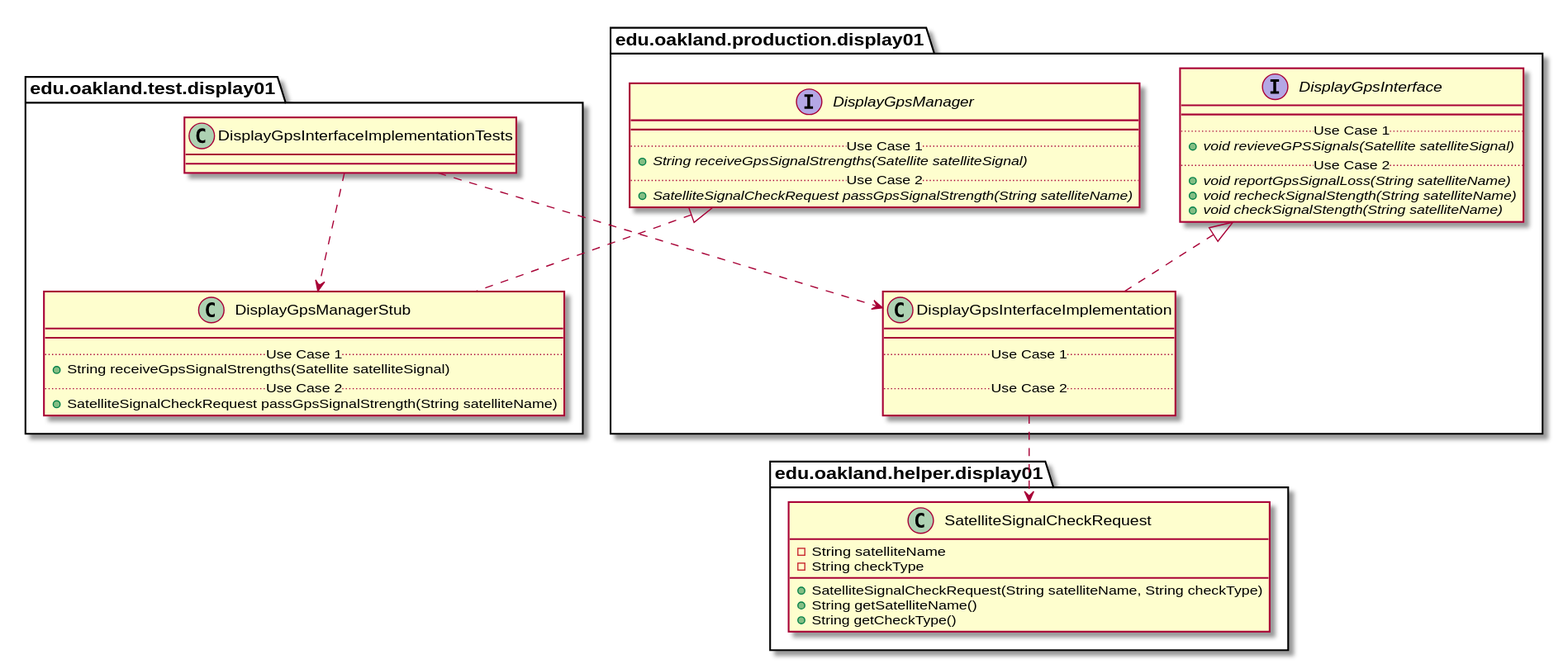
Above: docs/uml-class-diagrams/display01/test/DisplayGpsInterfaceImplementationTests/DisplayGpsInterfaceImplementationTests_Closure.svg in andrewdimmer/csi-3370-software-project (PlantUML), before the change.
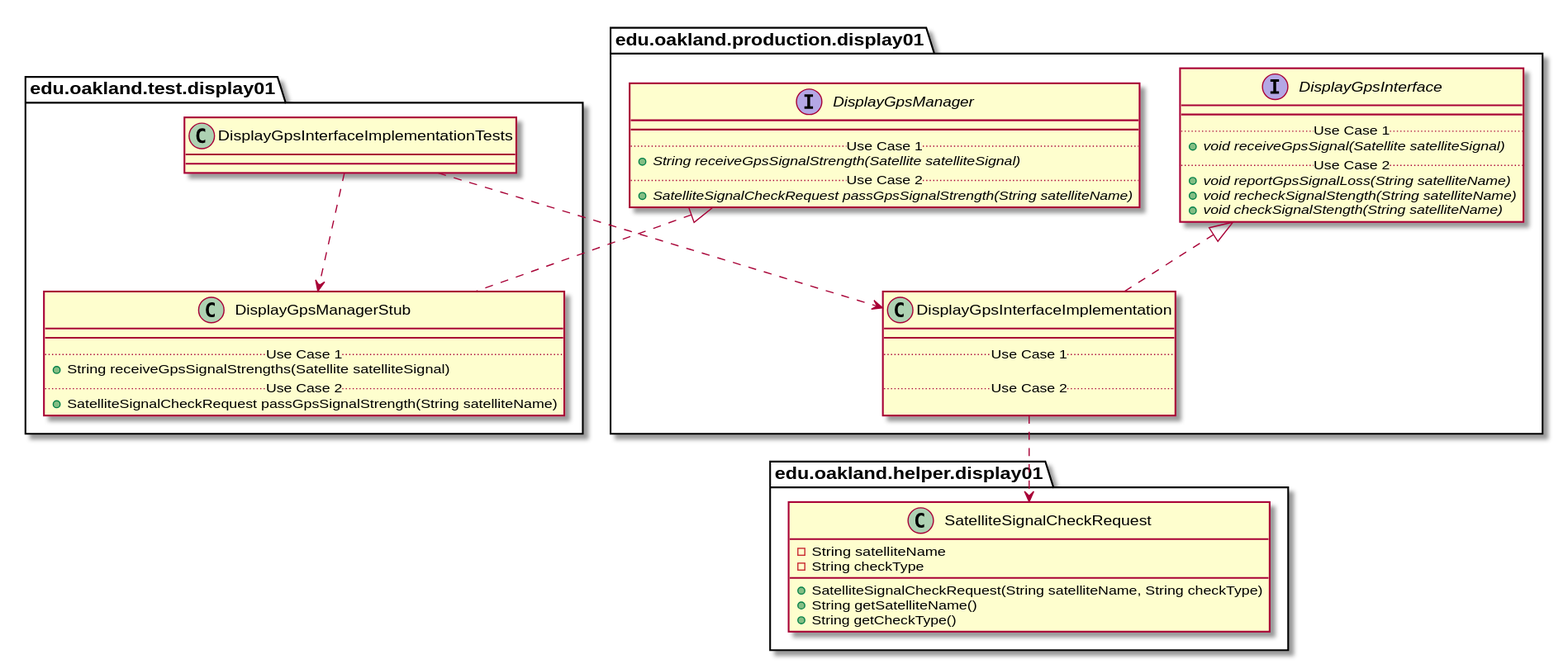
After the change.

Change to the diagram source:
```diff
@@ -27,7 +27,7 @@
     interface DisplayGpsManager {
         __
         .. Use Case 1 ..
-        {abstract} + String receiveGpsSignalStrengths(Satellite satelliteSignal)
+        {abstract} + String receiveGpsSignalStrength(Satellite satelliteSignal)
         .. Use Case 2 ..
         {abstract} + SatelliteSignalCheckRequest passGpsSignalStrength(String satelliteName)
     }
@@ -63,7 +63,7 @@
     interface DisplayGpsInterface {
         __
         .. Use Case 1 ..
-        {abstract} + void revieveGPSSignals(Satellite satelliteSignal)
+        {abstract} + void receiveGpsSignal(Satellite satelliteSignal)
         .. Use Case 2 ..
         {abstract} + void reportGpsSignalLoss(String satelliteName)
         {abstract} + void recheckSignalStength(String satelliteName)
```
